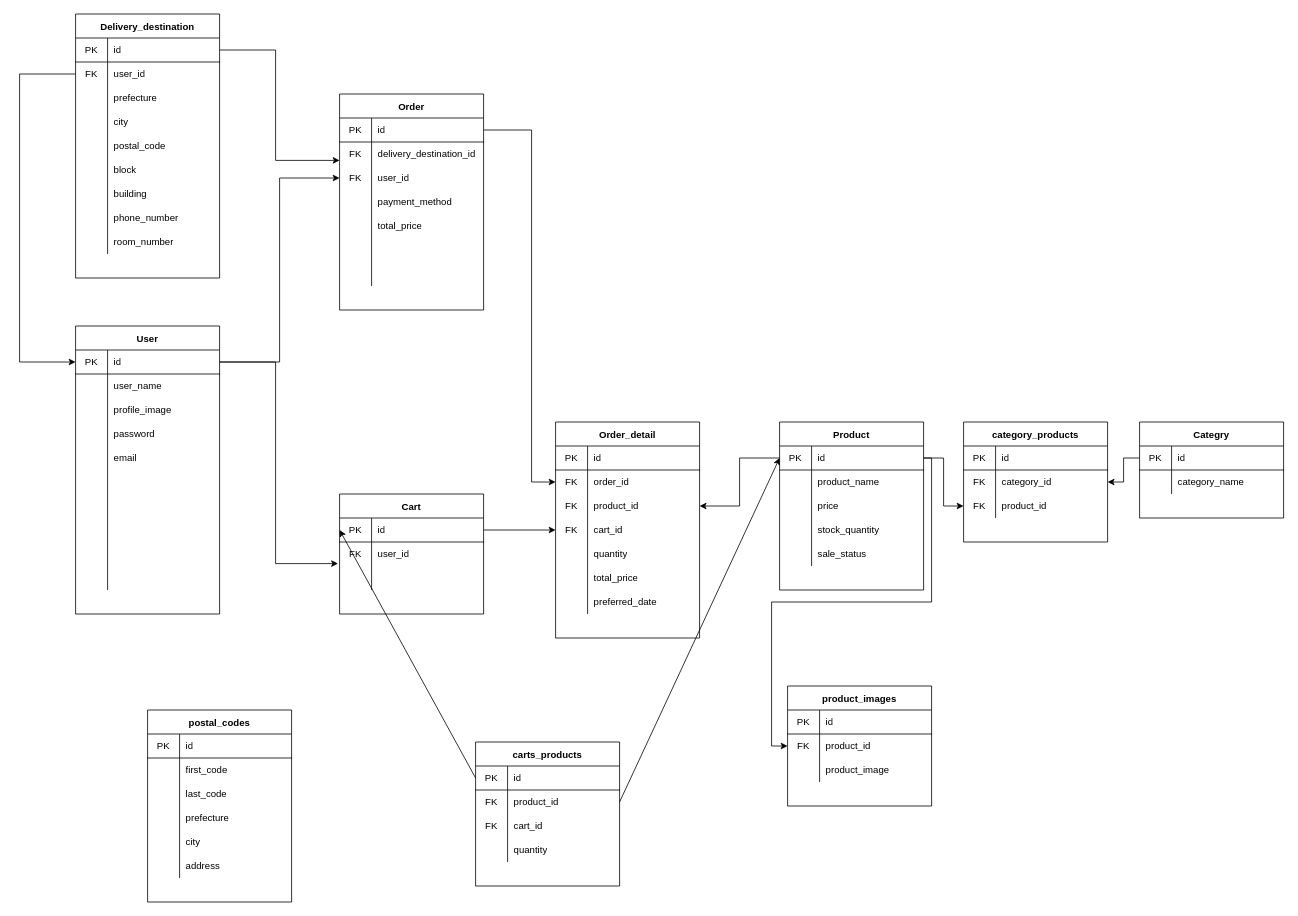
Above: backend/dbdiagram.dio in fukasat1009/KaimonoJaws (draw.io), before the change. Source tidied: cells renumbered, new cells numbered last; positions are measured from the earlier drawing's top-left corner, leaving out a move shared by most shapes. Both pictures are drawn from the tidied source at 80%, with x=0, y=0 at pixel (19, 14).
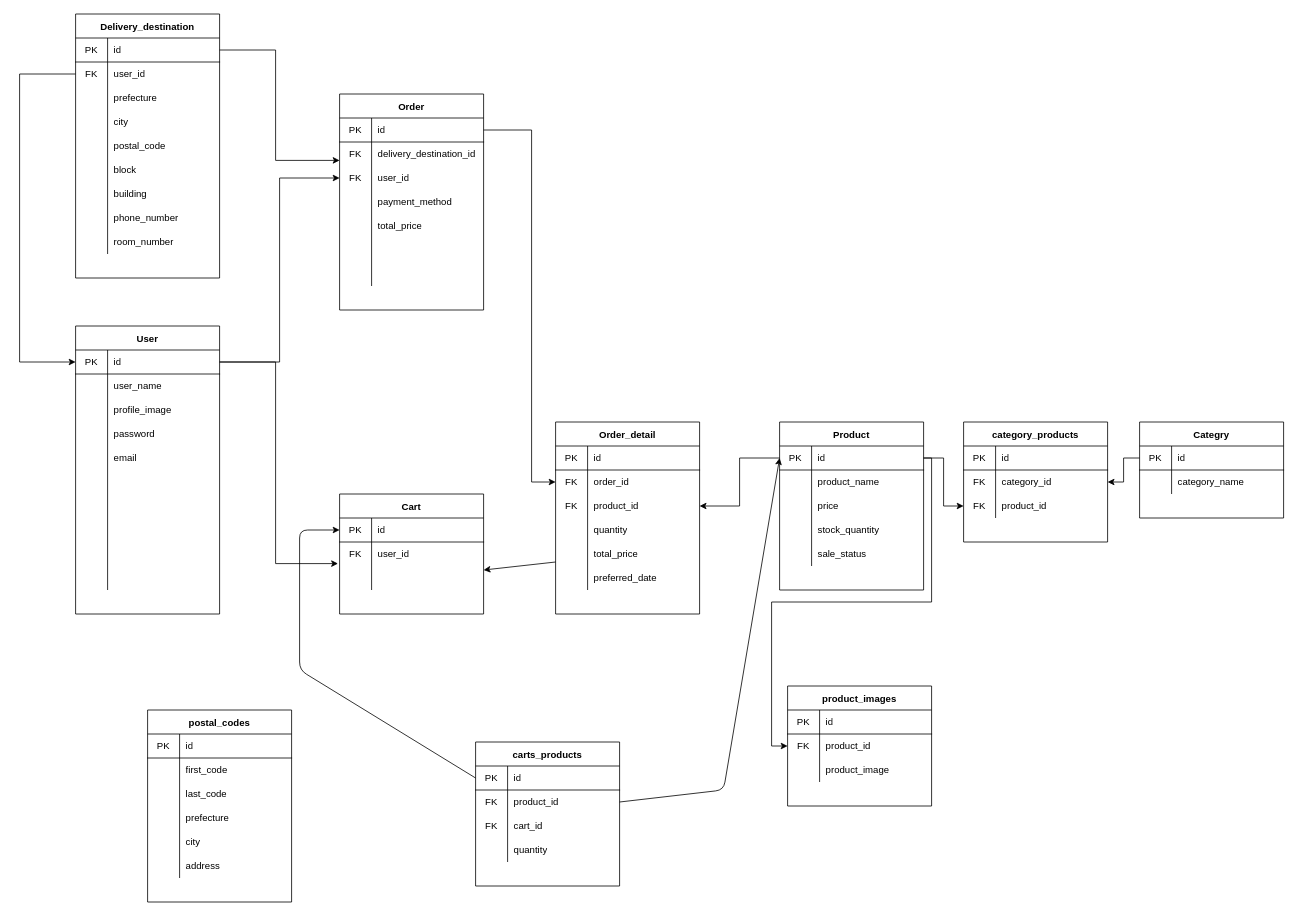
The same diagram, later.

Unchanged cells that the change refers to:
```xml
<mxCell id="82" style="shape=partialRectangle;html=1;whiteSpace=wrap;fillColor=none;top=0;left=0;bottom=1;right=0;points=[[0,0.5],[1,0.5]];portConstraint=eastwest;" parent="81" vertex="1">
  <mxGeometry y="30" width="180" height="30" as="geometry" />
</mxCell>
<mxCell id="88" style="shape=partialRectangle;html=1;whiteSpace=wrap;fillColor=none;top=0;left=0;bottom=0;right=0;points=[[0,0.5],[1,0.5]];portConstraint=eastwest;" parent="81" vertex="1">
  <mxGeometry y="90" width="180" height="30" as="geometry" />
</mxCell>
<mxCell id="114" style="shape=partialRectangle;html=1;whiteSpace=wrap;fillColor=none;top=0;left=0;bottom=1;right=0;points=[[0,0.5],[1,0.5]];portConstraint=eastwest;" parent="113" vertex="1">
  <mxGeometry y="30" width="180" height="30" as="geometry" />
</mxCell>
<mxCell id="189" style="shape=partialRectangle;html=1;whiteSpace=wrap;fillColor=none;top=0;left=0;bottom=1;right=0;points=[[0,0.5],[1,0.5]];portConstraint=eastwest;" parent="188" vertex="1">
  <mxGeometry y="30" width="180" height="30" as="geometry" />
</mxCell>
<mxCell id="192" style="shape=partialRectangle;html=1;whiteSpace=wrap;fillColor=none;top=0;left=0;bottom=0;right=0;points=[[0,0.5],[1,0.5]];portConstraint=eastwest;" parent="188" vertex="1">
  <mxGeometry y="60" width="180" height="30" as="geometry" />
</mxCell>
```

Diff of the diagram source:
```diff
@@
     <mxCell id="2" style="endArrow=classic;html=1;exitX=0;exitY=0.5;exitDx=0;exitDy=0;entryX=0;entryY=0.5;entryDx=0;entryDy=0;" parent="1" edge="1" source="189" target="82">
-      <mxGeometry relative="1" as="geometry" />
+      <mxGeometry relative="1" as="geometry">
+        <Array as="points">
+          <mxPoint x="350" y="820" />
+          <mxPoint x="350" y="645" />
+        </Array>
+      </mxGeometry>
     </mxCell>
@@
     <mxCell id="91" value="Order_detail" style="shape=table;startSize=30;childLayout=tableLayout;rowLines=0;fontStyle=1;align=center;" parent="1" vertex="1">
-      <mxGeometry x="670" y="510" width="180" height="270" as="geometry" />
+      <mxGeometry x="670" y="510" width="180" height="240" as="geometry" />
     </mxCell>
@@
-    <mxCell id="101" style="shape=partialRectangle;html=1;whiteSpace=wrap;fillColor=none;top=0;left=0;bottom=0;right=0;points=[[0,0.5],[1,0.5]];portConstraint=eastwest;" parent="91" vertex="1">
-      <mxGeometry y="120" width="180" height="30" as="geometry" />
-    </mxCell>
-    <mxCell id="102" value="FK" style="shape=partialRectangle;html=1;whiteSpace=wrap;fillColor=none;top=0;left=0;bottom=0;right=0;overflow=hidden;" parent="101" vertex="1">
-      <mxGeometry width="40" height="30" as="geometry" />
-    </mxCell>
-    <mxCell id="103" value="cart_id" style="shape=partialRectangle;html=1;whiteSpace=wrap;fillColor=none;top=0;left=0;bottom=0;right=0;align=left;spacingLeft=6;overflow=hidden;" parent="101" vertex="1">
-      <mxGeometry x="40" width="140" height="30" as="geometry" />
-    </mxCell>
     <mxCell id="104" style="shape=partialRectangle;html=1;whiteSpace=wrap;fillColor=none;top=0;left=0;bottom=0;right=0;" parent="91" vertex="1">
-      <mxGeometry y="150" width="180" height="30" as="geometry" />
+      <mxGeometry y="120" width="180" height="30" as="geometry" />
     </mxCell>
@@
     <mxCell id="107" style="shape=partialRectangle;html=1;whiteSpace=wrap;fillColor=none;top=0;left=0;bottom=0;right=0;points=[[0,0.5],[1,0.5]];portConstraint=eastwest;" parent="91" vertex="1">
-      <mxGeometry y="180" width="180" height="30" as="geometry" />
+      <mxGeometry y="150" width="180" height="30" as="geometry" />
     </mxCell>
@@
     <mxCell id="110" style="shape=partialRectangle;html=1;whiteSpace=wrap;fillColor=none;top=0;left=0;bottom=0;right=0;" parent="91" vertex="1">
-      <mxGeometry y="210" width="180" height="30" as="geometry" />
+      <mxGeometry y="180" width="180" height="30" as="geometry" />
     </mxCell>
@@
-    <mxCell id="129" style="edgeStyle=orthogonalEdgeStyle;rounded=0;jettySize=auto;html=1;entryX=0;entryY=0.5;entryDx=0;entryDy=0;" parent="1" edge="1" source="82" target="101">
-      <mxGeometry relative="1" as="geometry">
-        <Array as="points">
-          <mxPoint x="490" y="645" />
-          <mxPoint x="490" y="645" />
-        </Array>
-      </mxGeometry>
-    </mxCell>
@@
     <mxCell id="201" style="endArrow=classic;html=1;entryX=0;entryY=0.5;entryDx=0;entryDy=0;exitX=1;exitY=0.5;exitDx=0;exitDy=0;rounded=1;sketch=0;" parent="1" edge="1" source="192" target="114">
-      <mxGeometry relative="1" as="geometry" />
+      <mxGeometry relative="1" as="geometry">
+        <Array as="points">
+          <mxPoint x="880" y="970" />
+        </Array>
+      </mxGeometry>
     </mxCell>
+    <mxCell id="202" style="edgeStyle=none;html=1;" parent="1" edge="1" source="107" target="88">
+      <mxGeometry relative="1" as="geometry" />
+    </mxCell>
```
